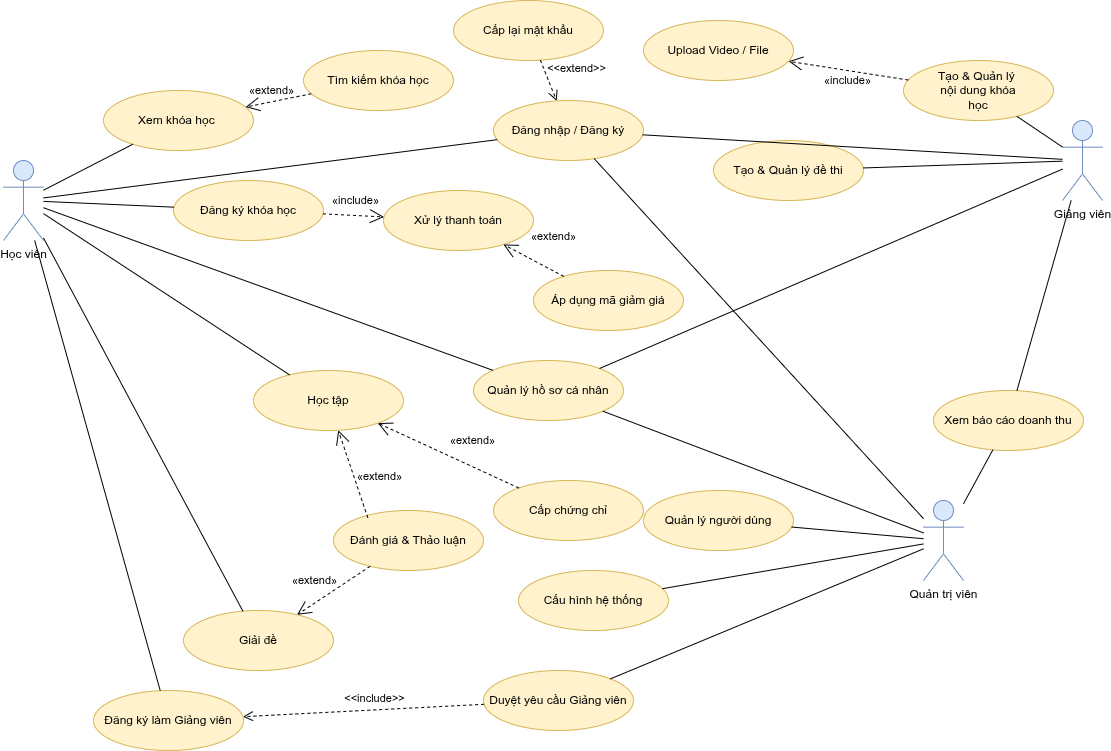
Above: SystemDescription/Edumy_System_Usecase.png in EdumyVietNam/bussiness-diagram (draw.io), before the change. Source tidied: cells renumbered, new cells last; positions are measured from the earlier drawing's top-left corner, leaving out a move shared by most shapes.
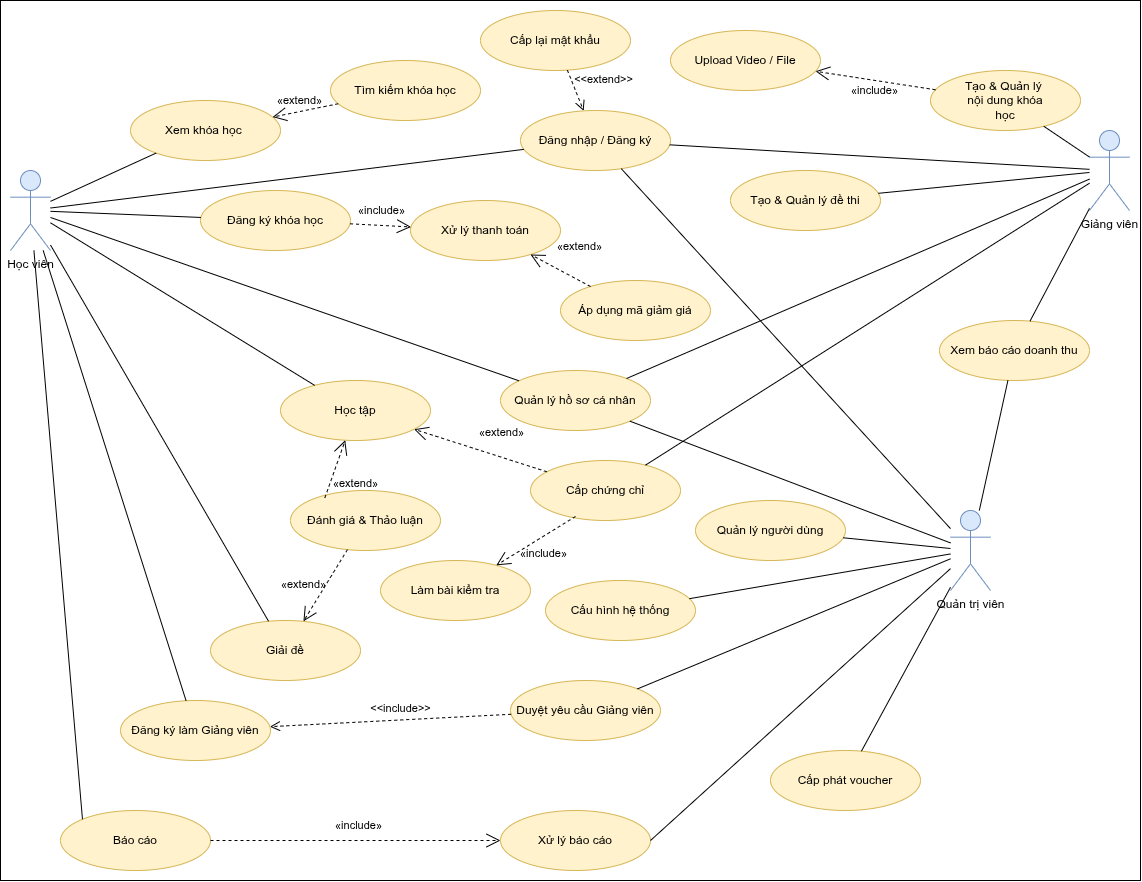
The same diagram one commit later.

What changed in the source:
```diff
@@ -2,8 +2,11 @@
   <root>
     <mxCell id="0" />
     <mxCell id="1" parent="0" />
+    <mxCell id="52" style="rounded=0;whiteSpace=wrap;html=1;" parent="1" vertex="1">
+      <mxGeometry x="-30" y="-10" width="1140" height="880" as="geometry" />
+    </mxCell>
     <mxCell id="2" value="Học viên" style="shape=umlActor;verticalLabelPosition=bottom;verticalAlign=top;html=1;outlineConnect=0;fillColor=#dae8fc;strokeColor=#6c8ebf;" parent="1" vertex="1">
-      <mxGeometry y="160" width="40" height="80" as="geometry" />
+      <mxGeometry x="-20" y="160" width="40" height="80" as="geometry" />
     </mxCell>
     <mxCell id="3" value="Giảng viên" style="shape=umlActor;verticalLabelPosition=bottom;verticalAlign=top;html=1;outlineConnect=0;fillColor=#dae8fc;strokeColor=#6c8ebf;" parent="1" vertex="1">
       <mxGeometry x="1059" y="120" width="40" height="80" as="geometry" />
@@ -18,7 +21,7 @@
       <mxGeometry x="470" y="360" width="150" height="60" as="geometry" />
     </mxCell>
     <mxCell id="7" value="Đánh giá &amp; Thảo luận" style="ellipse;whiteSpace=wrap;html=1;fillColor=#fff2cc;strokeColor=#d6b656;" parent="1" vertex="1">
-      <mxGeometry x="330" y="510" width="150" height="60" as="geometry" />
+      <mxGeometry x="260" y="480" width="150" height="60" as="geometry" />
     </mxCell>
     <mxCell id="8" value="Xem khóa học&amp;nbsp;" style="ellipse;whiteSpace=wrap;html=1;fillColor=#fff2cc;strokeColor=#d6b656;" parent="1" vertex="1">
       <mxGeometry x="100" y="90" width="150" height="60" as="geometry" />
@@ -39,7 +42,7 @@
       <mxGeometry x="250" y="370" width="150" height="60" as="geometry" />
     </mxCell>
     <mxCell id="14" value="Cấp chứng chỉ" style="ellipse;whiteSpace=wrap;html=1;fillColor=#fff2cc;strokeColor=#d6b656;" parent="1" vertex="1">
-      <mxGeometry x="490" y="480" width="150" height="60" as="geometry" />
+      <mxGeometry x="500" y="450" width="150" height="60" as="geometry" />
     </mxCell>
     <mxCell id="15" value="Giải đề" style="ellipse;whiteSpace=wrap;html=1;fillColor=#fff2cc;strokeColor=#d6b656;" parent="1" vertex="1">
       <mxGeometry x="180" y="610" width="150" height="60" as="geometry" />
@@ -54,13 +57,13 @@
       <mxGeometry x="900" y="60" width="150" height="60" as="geometry" />
     </mxCell>
     <mxCell id="19" value="Tạo &amp; Quản lý đề thi" style="ellipse;whiteSpace=wrap;html=1;fillColor=#fff2cc;strokeColor=#d6b656;" parent="1" vertex="1">
-      <mxGeometry x="710" y="140" width="150" height="60" as="geometry" />
+      <mxGeometry x="700" y="160" width="150" height="60" as="geometry" />
     </mxCell>
     <mxCell id="20" value="Duyệt yêu cầu Giảng viên" style="ellipse;whiteSpace=wrap;html=1;fillColor=#fff2cc;strokeColor=#d6b656;" parent="1" vertex="1">
       <mxGeometry x="480" y="670" width="150" height="60" as="geometry" />
     </mxCell>
     <mxCell id="21" value="Quản lý người dùng" style="ellipse;whiteSpace=wrap;html=1;fillColor=#fff2cc;strokeColor=#d6b656;" parent="1" vertex="1">
-      <mxGeometry x="640" y="490" width="150" height="60" as="geometry" />
+      <mxGeometry x="665" y="490" width="150" height="60" as="geometry" />
     </mxCell>
     <mxCell id="22" value="Cấu hình hệ thống" style="ellipse;whiteSpace=wrap;html=1;fillColor=#fff2cc;strokeColor=#d6b656;" parent="1" vertex="1">
       <mxGeometry x="515" y="570" width="150" height="60" as="geometry" />
@@ -146,7 +149,7 @@
       <mxGeometry x="-0.21" y="-24" relative="1" as="geometry" />
     </mxCell>
     <mxCell id="49" value="Xem báo cáo doanh thu" style="ellipse;whiteSpace=wrap;html=1;fillColor=#fff2cc;strokeColor=#d6b656;" parent="1" vertex="1">
-      <mxGeometry x="930" y="390" width="150" height="60" as="geometry" />
+      <mxGeometry x="909" y="310" width="150" height="60" as="geometry" />
     </mxCell>
     <mxCell id="50" style="endArrow=none;html=1;" parent="1" edge="1" source="4" target="49">
       <mxGeometry relative="1" as="geometry" />
@@ -154,5 +157,35 @@
     <mxCell id="51" style="endArrow=none;html=1;" parent="1" edge="1" source="49" target="3">
       <mxGeometry relative="1" as="geometry" />
     </mxCell>
+    <mxCell id="53" value="Báo cáo" style="ellipse;whiteSpace=wrap;html=1;fillColor=#fff2cc;strokeColor=#d6b656;" parent="1" vertex="1">
+      <mxGeometry x="30" y="800" width="150" height="60" as="geometry" />
+    </mxCell>
+    <mxCell id="54" value="Xử lý báo cáo" style="ellipse;whiteSpace=wrap;html=1;fillColor=#fff2cc;strokeColor=#d6b656;" parent="1" vertex="1">
+      <mxGeometry x="470" y="800" width="150" height="60" as="geometry" />
+    </mxCell>
+    <mxCell id="55" style="endArrow=none;html=1;rounded=0;strokeColor=#000000;entryX=0;entryY=0;entryDx=0;entryDy=0;" parent="1" edge="1" source="2" target="53">
+      <mxGeometry relative="1" as="geometry" />
+    </mxCell>
+    <mxCell id="56" style="endArrow=none;html=1;rounded=0;strokeColor=#000000;entryX=1;entryY=0.5;entryDx=0;entryDy=0;" parent="1" edge="1" source="4" target="54">
+      <mxGeometry relative="1" as="geometry" />
+    </mxCell>
+    <mxCell id="57" value="«include»" style="endArrow=open;endSize=12;dashed=1;html=1;rounded=0;strokeColor=#000000;labelBackgroundColor=none;entryX=0;entryY=0.5;entryDx=0;entryDy=0;" parent="1" edge="1" source="53" target="54">
+      <mxGeometry x="0.02" y="15" relative="1" as="geometry" />
+    </mxCell>
+    <mxCell id="58" value="Cấp phát voucher" style="ellipse;whiteSpace=wrap;html=1;fillColor=#fff2cc;strokeColor=#d6b656;" parent="1" vertex="1">
+      <mxGeometry x="740" y="740" width="150" height="60" as="geometry" />
+    </mxCell>
+    <mxCell id="59" style="endArrow=none;html=1;rounded=0;strokeColor=#000000;" parent="1" edge="1" source="4" target="58">
+      <mxGeometry relative="1" as="geometry" />
+    </mxCell>
+    <mxCell id="60" value="Làm bài kiểm tra" style="ellipse;whiteSpace=wrap;html=1;fillColor=#fff2cc;strokeColor=#d6b656;" parent="1" vertex="1">
+      <mxGeometry x="350" y="550" width="150" height="60" as="geometry" />
+    </mxCell>
+    <mxCell id="61" value="«include»" style="endArrow=open;endSize=12;dashed=1;html=1;rounded=0;strokeColor=#000000;labelBackgroundColor=none;exitX=0.3;exitY=0.933;exitDx=0;exitDy=0;exitPerimeter=0;" parent="1" edge="1" source="14" target="60">
+      <mxGeometry x="0.02" y="15" relative="1" as="geometry" />
+    </mxCell>
+    <mxCell id="62" style="endArrow=none;html=1;" parent="1" edge="1" source="14" target="3">
+      <mxGeometry relative="1" as="geometry" />
+    </mxCell>
   </root>
 </mxGraphModel>
```
